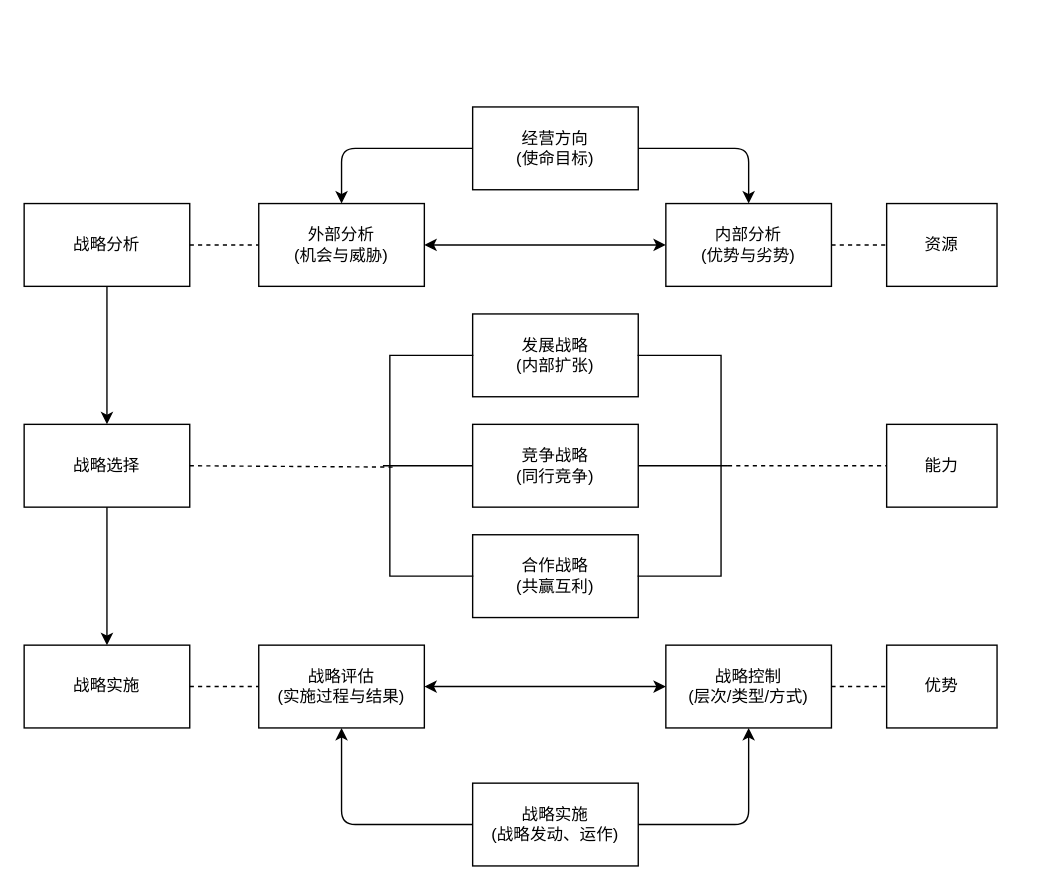
Before: page "Page-2" (2 of 3) of strategic_management.drawio in XiaoLiuAI/diagrams, a draw.io diagram. Source tidied: cells renumbered, new cells numbered last; positions are measured from the earlier drawing's top-left corner, leaving out a move shared by most shapes. Both pictures are drawn from the tidied source at 138%, with x=0, y=0 at pixel (23, 106).
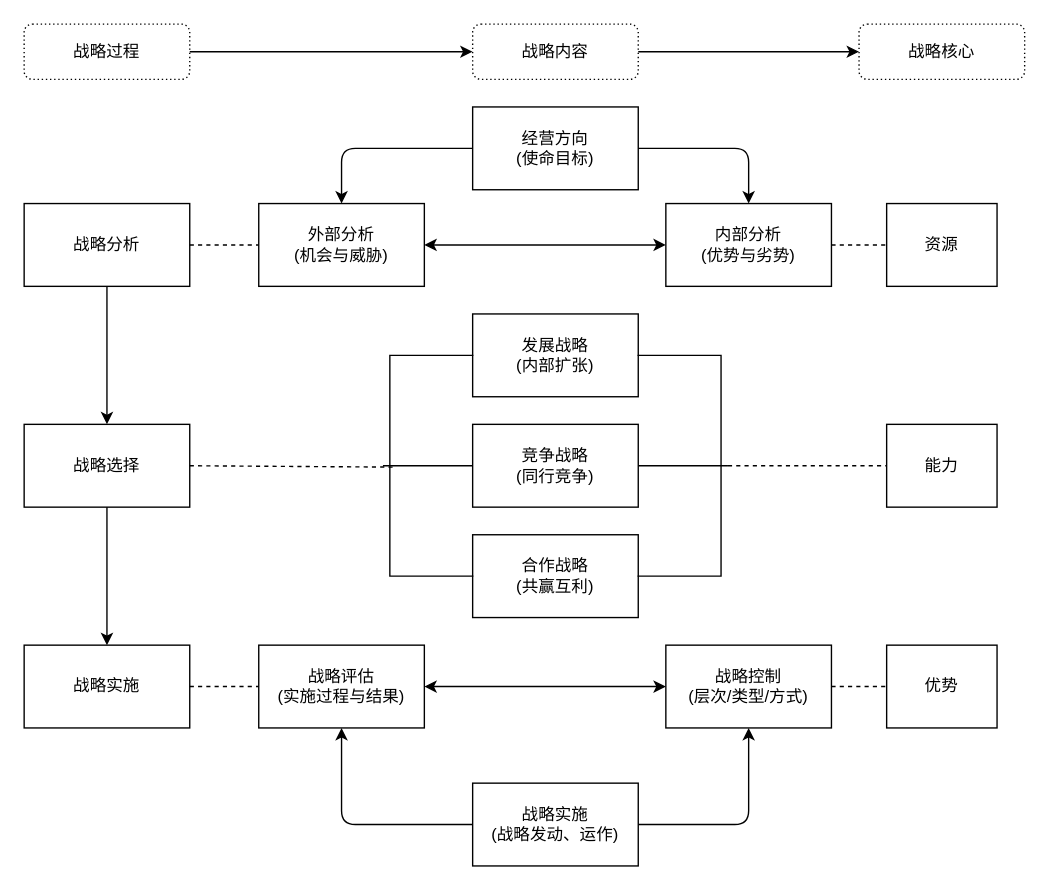
Above is the later version.

Change to the diagram source:
```diff
@@
+    <mxCell id="35" value="战略过程" style="rounded=1;whiteSpace=wrap;html=1;dashed=1;dashPattern=1 2;" parent="1" vertex="1">
+      <mxGeometry y="-60" width="120" height="40" as="geometry" />
+    </mxCell>
+    <mxCell id="36" value="战略内容" style="rounded=1;whiteSpace=wrap;html=1;dashed=1;dashPattern=1 2;" parent="1" vertex="1">
+      <mxGeometry x="325" y="-60" width="120" height="40" as="geometry" />
+    </mxCell>
+    <mxCell id="37" value="战略核心" style="rounded=1;whiteSpace=wrap;html=1;dashed=1;dashPattern=1 2;" parent="1" vertex="1">
+      <mxGeometry x="605" y="-60" width="120" height="40" as="geometry" />
+    </mxCell>
+    <mxCell id="38" style="endArrow=classic;html=1;entryX=0;entryY=0.5;entryDx=0;entryDy=0;" parent="1" edge="1" source="35" target="36">
+      <mxGeometry relative="1" as="geometry" />
+    </mxCell>
+    <mxCell id="39" style="endArrow=classic;html=1;entryX=0;entryY=0.5;entryDx=0;entryDy=0;exitX=1;exitY=0.5;exitDx=0;exitDy=0;" parent="1" edge="1" source="36" target="37">
+      <mxGeometry relative="1" as="geometry" />
+    </mxCell>
```
